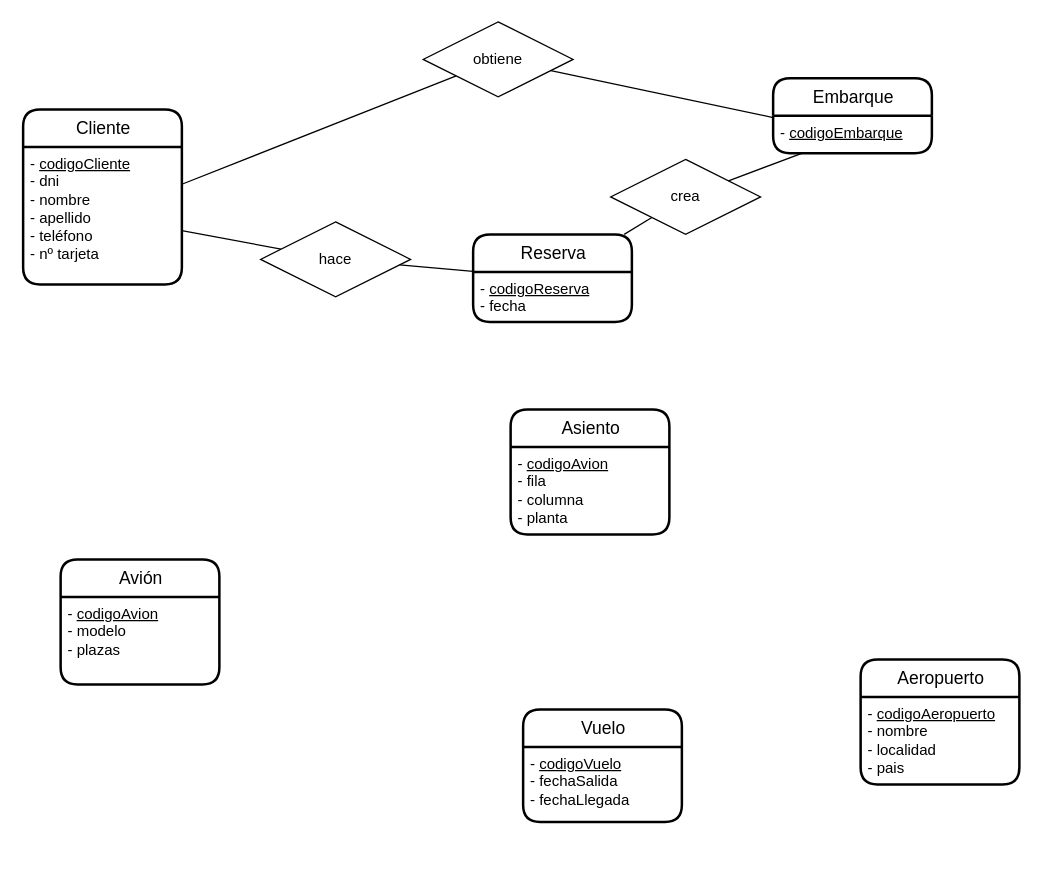
JuanMarinG/TA12_MYSQL keeps this draw.io diagram as ex8.drawio. Above is the earlier version. Source tidied: cells renumbered, new cells numbered last; positions are measured from the earlier drawing's top-left corner, leaving out a move shared by most shapes. Both pictures are drawn from the tidied source at 125%, with x=0, y=0 at pixel (22, 21).
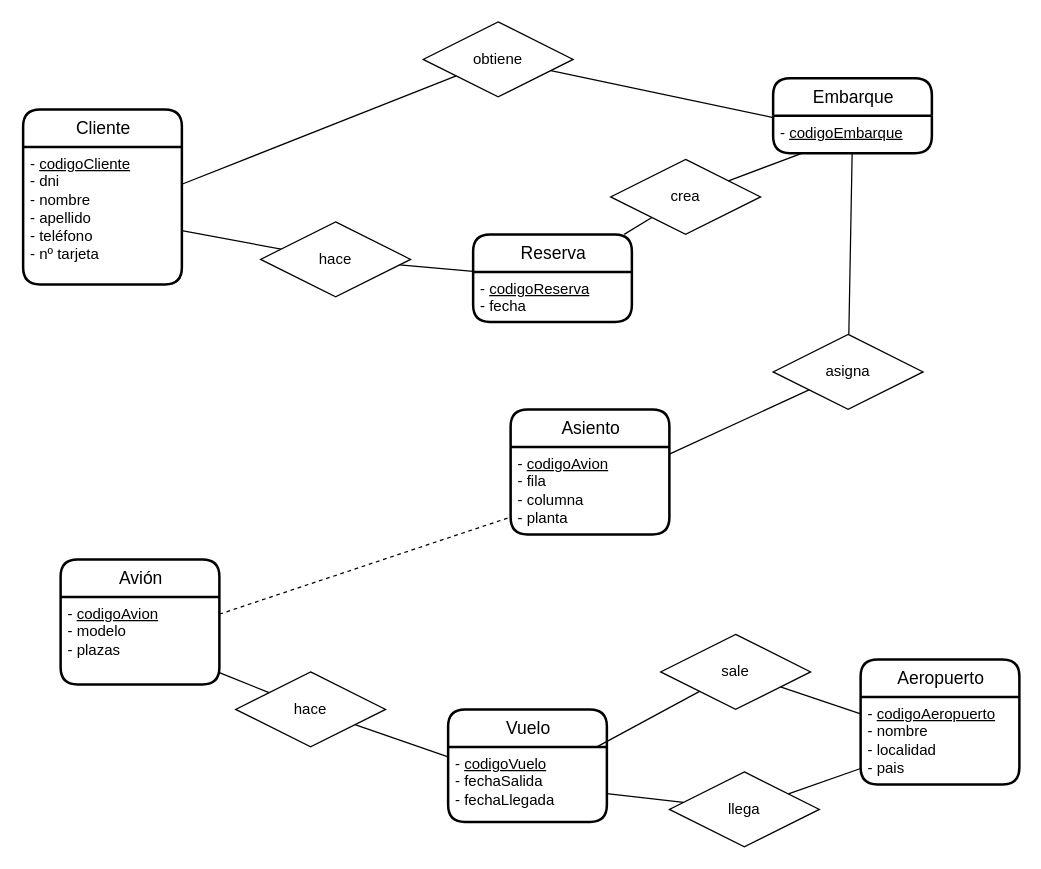
Above is the later version.

Unchanged cells that the change refers to:
```xml
<mxCell id="5" value="&lt;div&gt;- &lt;u&gt;codigoEmbarque&lt;/u&gt;&lt;/div&gt;" style="align=left;strokeColor=none;fillColor=none;spacingLeft=4;fontSize=12;verticalAlign=top;html=1;" parent="4" vertex="1">
  <mxGeometry y="30" width="127" height="30" as="geometry" />
</mxCell>
<mxCell id="9" value="&lt;div&gt;- &lt;u&gt;codigoVuelo&lt;/u&gt;&lt;/div&gt;&lt;div&gt;- fechaSalida&lt;/div&gt;&lt;div&gt;- fechaLlegada&lt;/div&gt;" style="align=left;strokeColor=none;fillColor=none;spacingLeft=4;fontSize=12;verticalAlign=top;html=1;" parent="8" vertex="1">
  <mxGeometry y="30" width="127" height="60" as="geometry" />
</mxCell>
<mxCell id="11" value="&lt;div&gt;- &lt;u&gt;codigoAvion&lt;/u&gt;&lt;/div&gt;&lt;div&gt;- fila&lt;/div&gt;&lt;div&gt;- columna&lt;/div&gt;&lt;div&gt;- planta&lt;/div&gt;" style="align=left;strokeColor=none;fillColor=none;spacingLeft=4;fontSize=12;verticalAlign=top;html=1;" parent="10" vertex="1">
  <mxGeometry y="30" width="127" height="70" as="geometry" />
</mxCell>
<mxCell id="13" value="&lt;div&gt;- &lt;u&gt;codigoAeropuerto&lt;/u&gt;&lt;/div&gt;&lt;div&gt;- nombre&lt;/div&gt;&lt;div&gt;- localidad&lt;/div&gt;&lt;div&gt;- pais&lt;/div&gt;" style="align=left;strokeColor=none;fillColor=none;spacingLeft=4;fontSize=12;verticalAlign=top;html=1;" parent="12" vertex="1">
  <mxGeometry y="30" width="127" height="70" as="geometry" />
</mxCell>
<mxCell id="15" value="&lt;div&gt;- &lt;u&gt;codigoAvion&lt;/u&gt;&lt;/div&gt;&lt;div&gt;- modelo&lt;/div&gt;&lt;div&gt;- plazas&lt;/div&gt;" style="align=left;strokeColor=none;fillColor=none;spacingLeft=4;fontSize=12;verticalAlign=top;html=1;" parent="14" vertex="1">
  <mxGeometry y="30" width="127" height="70" as="geometry" />
</mxCell>
```

The edit, as a diff of the source:
```diff
@@
     <mxCell id="8" value="Vuelo" style="swimlane;horizontal=1;startSize=30;rounded=1;fontSize=14;fontStyle=0;strokeWidth=2;shadow=0;dashed=0;align=center;html=1;" parent="1" vertex="1">
-      <mxGeometry x="400" y="550" width="127" height="90" as="geometry" />
+      <mxGeometry x="340" y="550" width="127" height="90" as="geometry" />
     </mxCell>
@@
+    <mxCell id="25" value="sale" style="shape=rhombus;perimeter=rhombusPerimeter;whiteSpace=wrap;html=1;align=center;" parent="1" vertex="1">
+      <mxGeometry x="510" y="490" width="120" height="60" as="geometry" />
+    </mxCell>
+    <mxCell id="26" value="llega" style="shape=rhombus;perimeter=rhombusPerimeter;whiteSpace=wrap;html=1;align=center;" parent="1" vertex="1">
+      <mxGeometry x="517" y="600" width="120" height="60" as="geometry" />
+    </mxCell>
+    <mxCell id="27" style="endArrow=none;html=1;rounded=0;" parent="1" edge="1" source="9" target="25">
+      <mxGeometry relative="1" as="geometry" />
+    </mxCell>
+    <mxCell id="28" style="endArrow=none;html=1;rounded=0;" parent="1" edge="1" source="25" target="13">
+      <mxGeometry relative="1" as="geometry" />
+    </mxCell>
+    <mxCell id="29" style="endArrow=none;html=1;rounded=0;" parent="1" edge="1" source="26" target="13">
+      <mxGeometry relative="1" as="geometry" />
+    </mxCell>
+    <mxCell id="30" style="endArrow=none;html=1;rounded=0;" parent="1" edge="1" source="9" target="26">
+      <mxGeometry relative="1" as="geometry" />
+    </mxCell>
+    <mxCell id="31" value="hace" style="shape=rhombus;perimeter=rhombusPerimeter;whiteSpace=wrap;html=1;align=center;" parent="1" vertex="1">
+      <mxGeometry x="170" y="520" width="120" height="60" as="geometry" />
+    </mxCell>
+    <mxCell id="32" style="endArrow=none;html=1;rounded=0;" parent="1" edge="1" source="15" target="31">
+      <mxGeometry relative="1" as="geometry" />
+    </mxCell>
+    <mxCell id="33" style="endArrow=none;html=1;rounded=0;" parent="1" edge="1" source="31" target="9">
+      <mxGeometry relative="1" as="geometry" />
+    </mxCell>
+    <mxCell id="34" style="endArrow=none;html=1;rounded=0;dashed=1;" parent="1" edge="1" source="15" target="11">
+      <mxGeometry relative="1" as="geometry" />
+    </mxCell>
+    <mxCell id="35" style="endArrow=none;html=1;rounded=0;" parent="1" edge="1" source="36" target="5">
+      <mxGeometry relative="1" as="geometry" />
+    </mxCell>
+    <mxCell id="36" value="asigna" style="shape=rhombus;perimeter=rhombusPerimeter;whiteSpace=wrap;html=1;align=center;" parent="1" vertex="1">
+      <mxGeometry x="600" y="250" width="120" height="60" as="geometry" />
+    </mxCell>
+    <mxCell id="37" style="endArrow=none;html=1;rounded=0;" parent="1" edge="1" source="11" target="36">
+      <mxGeometry relative="1" as="geometry" />
+    </mxCell>
```
